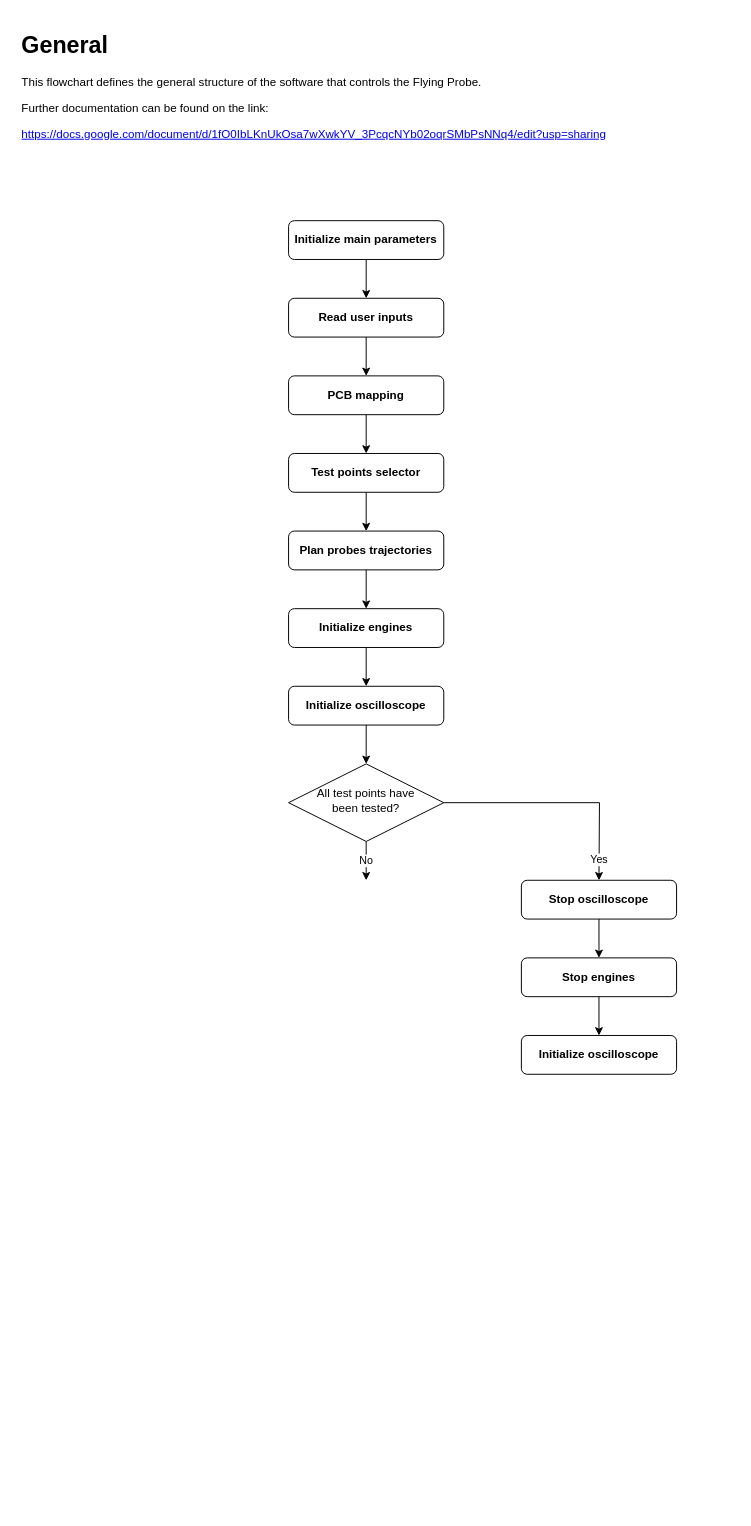
This is docs/software/flowcharts.drawio from Carlosman1996/flying_probe, a draw.io file, before an edit. Source tidied: cells renumbered, new cells numbered last; positions are measured from the earlier drawing's top-left corner, leaving out a move shared by most shapes. Both pictures are drawn from the tidied source at 97%, with x=0, y=0 at pixel (16, 26).
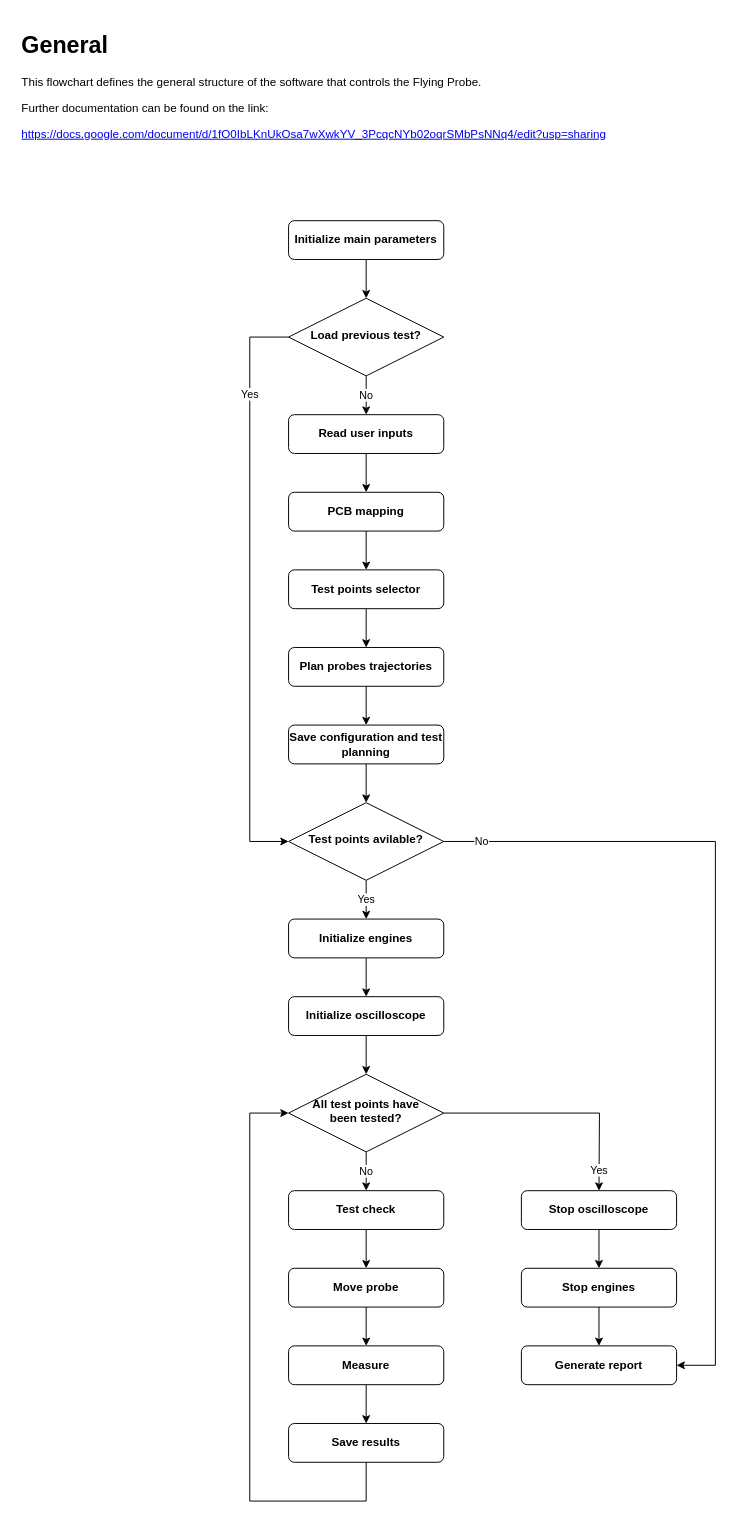
After the change.

Commit message:
Software documentation: finished first version of flowchart

The change refers to these unchanged cells:
```xml
<mxCell id="12" value="&lt;b&gt;Initialize main parameters&lt;/b&gt;" style="rounded=1;whiteSpace=wrap;html=1;fontSize=12;glass=0;strokeWidth=1;shadow=0;align=center;" parent="1" vertex="1">
  <mxGeometry x="280" y="200" width="160" height="40" as="geometry" />
</mxCell>
```

Change to the diagram source:
```diff
@@
     <mxCell id="3" value="&lt;b&gt;Read user inputs&lt;/b&gt;" style="rounded=1;whiteSpace=wrap;html=1;fontSize=12;glass=0;strokeWidth=1;shadow=0;align=center;" parent="1" vertex="1">
-      <mxGeometry x="280" y="280" width="160" height="40" as="geometry" />
+      <mxGeometry x="280" y="400" width="160" height="40" as="geometry" />
     </mxCell>
@@
     <mxCell id="5" value="&lt;b&gt;PCB mapping&lt;/b&gt;" style="rounded=1;whiteSpace=wrap;html=1;fontSize=12;glass=0;strokeWidth=1;shadow=0;align=center;" parent="1" vertex="1">
-      <mxGeometry x="280" y="360" width="160" height="40" as="geometry" />
+      <mxGeometry x="280" y="480" width="160" height="40" as="geometry" />
     </mxCell>
@@
     <mxCell id="8" value="&lt;b&gt;Initialize engines&lt;/b&gt;" style="rounded=1;whiteSpace=wrap;html=1;fontSize=12;glass=0;strokeWidth=1;shadow=0;align=center;" parent="1" vertex="1">
-      <mxGeometry x="280" y="600" width="160" height="40" as="geometry" />
+      <mxGeometry x="280" y="920" width="160" height="40" as="geometry" />
     </mxCell>
@@
     <mxCell id="10" value="&lt;b&gt;Initialize oscilloscope&lt;/b&gt;" style="rounded=1;whiteSpace=wrap;html=1;fontSize=12;glass=0;strokeWidth=1;shadow=0;align=center;" parent="1" vertex="1">
-      <mxGeometry x="280" y="680" width="160" height="40" as="geometry" />
+      <mxGeometry x="280" y="1000" width="160" height="40" as="geometry" />
     </mxCell>
-    <mxCell id="11" style="edgeStyle=orthogonalEdgeStyle;rounded=0;jettySize=auto;html=1;" parent="1" edge="1" source="12" target="3">
-      <mxGeometry relative="1" as="geometry" />
-    </mxCell>
+    <mxCell id="25" style="edgeStyle=orthogonalEdgeStyle;rounded=0;jettySize=auto;html=1;" parent="1" edge="1" source="12" target="42">
+      <mxGeometry relative="1" as="geometry" />
+    </mxCell>
@@
-    <mxCell id="13" style="edgeStyle=orthogonalEdgeStyle;rounded=0;jettySize=auto;html=1;entryX=0.5;entryY=0;entryDx=0;entryDy=0;" parent="1" edge="1" source="14" target="8">
-      <mxGeometry relative="1" as="geometry" />
-    </mxCell>
+    <mxCell id="26" style="edgeStyle=orthogonalEdgeStyle;rounded=0;jettySize=auto;html=1;entryX=0.5;entryY=0;entryDx=0;entryDy=0;" parent="1" edge="1" source="14" target="36">
+      <mxGeometry relative="1" as="geometry" />
+    </mxCell>
     <mxCell id="14" value="&lt;b&gt;Plan probes trajectories&lt;/b&gt;" style="rounded=1;whiteSpace=wrap;html=1;fontSize=12;glass=0;strokeWidth=1;shadow=0;align=center;" parent="1" vertex="1">
-      <mxGeometry x="280" y="520" width="160" height="40" as="geometry" />
+      <mxGeometry x="280" y="640" width="160" height="40" as="geometry" />
     </mxCell>
@@
     <mxCell id="16" value="&lt;b&gt;Test points selector&lt;/b&gt;" style="rounded=1;whiteSpace=wrap;html=1;fontSize=12;glass=0;strokeWidth=1;shadow=0;align=center;" parent="1" vertex="1">
-      <mxGeometry x="280" y="440" width="160" height="40" as="geometry" />
+      <mxGeometry x="280" y="560" width="160" height="40" as="geometry" />
     </mxCell>
     <mxCell id="17" value="No" style="edgeStyle=orthogonalEdgeStyle;rounded=0;jettySize=auto;html=1;" parent="1" edge="1" source="19">
       <mxGeometry relative="1" as="geometry">
-        <mxPoint x="360" y="880" as="targetPoint" />
+        <mxPoint x="360" y="1200" as="targetPoint" />
       </mxGeometry>
     </mxCell>
     <mxCell id="18" value="Yes" style="edgeStyle=orthogonalEdgeStyle;rounded=0;jettySize=auto;html=1;" parent="1" edge="1" source="19">
       <mxGeometry x="0.83" relative="1" as="geometry">
-        <mxPoint x="600" y="880" as="targetPoint" />
+        <mxPoint x="600" y="1200" as="targetPoint" />
       </mxGeometry>
     </mxCell>
-    <mxCell id="19" value="All test points have &lt;br&gt;been tested?" style="rhombus;whiteSpace=wrap;html=1;shadow=0;fontFamily=Helvetica;fontSize=12;align=center;strokeWidth=1;spacing=6;spacingTop=-4;" parent="1" vertex="1">
-      <mxGeometry x="280" y="760" width="160" height="80" as="geometry" />
+    <mxCell id="19" value="&lt;b&gt;All test points have &lt;br&gt;been tested?&lt;/b&gt;" style="rhombus;whiteSpace=wrap;html=1;shadow=0;fontFamily=Helvetica;fontSize=12;align=center;strokeWidth=1;spacing=6;spacingTop=-4;" parent="1" vertex="1">
+      <mxGeometry x="280" y="1080" width="160" height="80" as="geometry" />
     </mxCell>
@@
     <mxCell id="21" value="&lt;b&gt;Stop oscilloscope&lt;/b&gt;" style="rounded=1;whiteSpace=wrap;html=1;fontSize=12;glass=0;strokeWidth=1;shadow=0;align=center;" parent="1" vertex="1">
-      <mxGeometry x="520" y="880" width="160" height="40" as="geometry" />
+      <mxGeometry x="520" y="1200" width="160" height="40" as="geometry" />
     </mxCell>
@@
     <mxCell id="23" value="&lt;b&gt;Stop engines&lt;/b&gt;" style="rounded=1;whiteSpace=wrap;html=1;fontSize=12;glass=0;strokeWidth=1;shadow=0;align=center;" parent="1" vertex="1">
-      <mxGeometry x="520" y="960" width="160" height="40" as="geometry" />
+      <mxGeometry x="520" y="1280" width="160" height="40" as="geometry" />
     </mxCell>
-    <mxCell id="24" value="&lt;b&gt;Initialize oscilloscope&lt;/b&gt;" style="rounded=1;whiteSpace=wrap;html=1;fontSize=12;glass=0;strokeWidth=1;shadow=0;align=center;" parent="1" vertex="1">
-      <mxGeometry x="520" y="1040" width="160" height="40" as="geometry" />
+    <mxCell id="24" value="&lt;b&gt;Generate report&lt;/b&gt;" style="rounded=1;whiteSpace=wrap;html=1;fontSize=12;glass=0;strokeWidth=1;shadow=0;align=center;" parent="1" vertex="1">
+      <mxGeometry x="520" y="1360" width="160" height="40" as="geometry" />
     </mxCell>
+    <mxCell id="27" style="edgeStyle=orthogonalEdgeStyle;rounded=0;jettySize=auto;html=1;" parent="1" edge="1" source="28" target="30">
+      <mxGeometry relative="1" as="geometry" />
+    </mxCell>
+    <mxCell id="28" value="&lt;b&gt;Move probe&lt;/b&gt;" style="rounded=1;whiteSpace=wrap;html=1;fontSize=12;glass=0;strokeWidth=1;shadow=0;align=center;" parent="1" vertex="1">
+      <mxGeometry x="280" y="1280" width="160" height="40" as="geometry" />
+    </mxCell>
+    <mxCell id="29" style="edgeStyle=orthogonalEdgeStyle;rounded=0;jettySize=auto;html=1;" parent="1" edge="1" source="30">
+      <mxGeometry relative="1" as="geometry">
+        <mxPoint x="360" y="1440" as="targetPoint" />
+      </mxGeometry>
+    </mxCell>
+    <mxCell id="30" value="&lt;b&gt;Measure&lt;/b&gt;" style="rounded=1;whiteSpace=wrap;html=1;fontSize=12;glass=0;strokeWidth=1;shadow=0;align=center;" parent="1" vertex="1">
+      <mxGeometry x="280" y="1360" width="160" height="40" as="geometry" />
+    </mxCell>
+    <mxCell id="31" style="edgeStyle=orthogonalEdgeStyle;rounded=0;jettySize=auto;html=1;entryX=0;entryY=0.5;entryDx=0;entryDy=0;exitX=0.5;exitY=1;exitDx=0;exitDy=0;" parent="1" edge="1" source="32" target="19">
+      <mxGeometry relative="1" as="geometry">
+        <Array as="points">
+          <mxPoint x="360" y="1520" />
+          <mxPoint x="240" y="1520" />
+          <mxPoint x="240" y="1120" />
+        </Array>
+      </mxGeometry>
+    </mxCell>
+    <mxCell id="32" value="&lt;b&gt;Save results&lt;/b&gt;" style="rounded=1;whiteSpace=wrap;html=1;fontSize=12;glass=0;strokeWidth=1;shadow=0;align=center;" parent="1" vertex="1">
+      <mxGeometry x="280" y="1440" width="160" height="40" as="geometry" />
+    </mxCell>
+    <mxCell id="33" style="edgeStyle=orthogonalEdgeStyle;rounded=0;jettySize=auto;html=1;entryX=0.5;entryY=0;entryDx=0;entryDy=0;" parent="1" edge="1" source="34" target="28">
+      <mxGeometry relative="1" as="geometry" />
+    </mxCell>
+    <mxCell id="34" value="&lt;b&gt;Test check&lt;/b&gt;" style="rounded=1;whiteSpace=wrap;html=1;fontSize=12;glass=0;strokeWidth=1;shadow=0;align=center;" parent="1" vertex="1">
+      <mxGeometry x="280" y="1200" width="160" height="40" as="geometry" />
+    </mxCell>
+    <mxCell id="35" style="edgeStyle=orthogonalEdgeStyle;rounded=0;jettySize=auto;html=1;" parent="1" edge="1" source="36" target="39">
+      <mxGeometry relative="1" as="geometry" />
+    </mxCell>
+    <mxCell id="36" value="&lt;b&gt;Save configuration and test planning&lt;/b&gt;" style="rounded=1;whiteSpace=wrap;html=1;fontSize=12;glass=0;strokeWidth=1;shadow=0;align=center;" parent="1" vertex="1">
+      <mxGeometry x="280" y="720" width="160" height="40" as="geometry" />
+    </mxCell>
+    <mxCell id="37" value="Yes" style="edgeStyle=orthogonalEdgeStyle;rounded=0;jettySize=auto;html=1;entryX=0.5;entryY=0;entryDx=0;entryDy=0;" parent="1" edge="1" source="39" target="8">
+      <mxGeometry relative="1" as="geometry" />
+    </mxCell>
+    <mxCell id="38" value="No" style="edgeStyle=orthogonalEdgeStyle;rounded=0;jettySize=auto;html=1;entryX=1;entryY=0.5;entryDx=0;entryDy=0;" parent="1" edge="1" source="39" target="24">
+      <mxGeometry x="-0.91" relative="1" as="geometry">
+        <Array as="points">
+          <mxPoint x="720" y="840" />
+          <mxPoint x="720" y="1380" />
+        </Array>
+      </mxGeometry>
+    </mxCell>
+    <mxCell id="39" value="&lt;b&gt;Test points avilable?&lt;/b&gt;" style="rhombus;whiteSpace=wrap;html=1;shadow=0;fontFamily=Helvetica;fontSize=12;align=center;strokeWidth=1;spacing=6;spacingTop=-4;" parent="1" vertex="1">
+      <mxGeometry x="280" y="800" width="160" height="80" as="geometry" />
+    </mxCell>
+    <mxCell id="40" value="No" style="edgeStyle=orthogonalEdgeStyle;rounded=0;jettySize=auto;html=1;entryX=0.5;entryY=0;entryDx=0;entryDy=0;" parent="1" edge="1" source="42" target="3">
+      <mxGeometry relative="1" as="geometry" />
+    </mxCell>
+    <mxCell id="41" value="Yes" style="edgeStyle=orthogonalEdgeStyle;rounded=0;jettySize=auto;html=1;entryX=0;entryY=0.5;entryDx=0;entryDy=0;" parent="1" edge="1" source="42" target="39">
+      <mxGeometry x="-0.67" relative="1" as="geometry">
+        <Array as="points">
+          <mxPoint x="240" y="320" />
+          <mxPoint x="240" y="840" />
+        </Array>
+      </mxGeometry>
+    </mxCell>
+    <mxCell id="42" value="&lt;b&gt;Load previous test?&lt;/b&gt;" style="rhombus;whiteSpace=wrap;html=1;shadow=0;fontFamily=Helvetica;fontSize=12;align=center;strokeWidth=1;spacing=6;spacingTop=-4;" parent="1" vertex="1">
+      <mxGeometry x="280" y="280" width="160" height="80" as="geometry" />
+    </mxCell>
```
